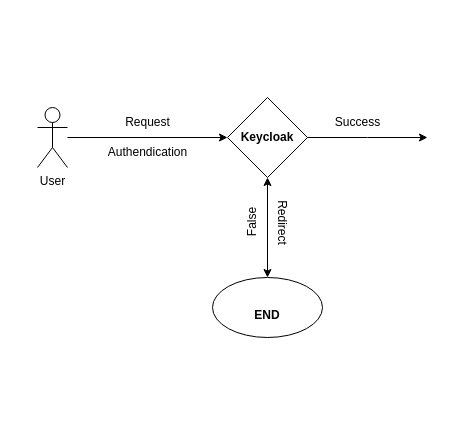
This is page "Page-2" (2 of 2) of Untitled Diagram.drawio from nmtuong/DrawIO, a draw.io file, before an edit. Source tidied: cells renumbered, new cells numbered last; positions are measured from the earlier drawing's top-left corner, leaving out a move shared by most shapes. Both pictures are drawn from the tidied source at 100%, with x=0, y=0 at pixel (37, 97).
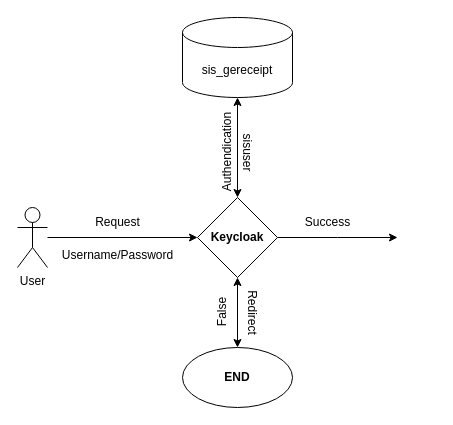
The same page after the edit.

Change to the diagram source:
```diff
@@
 <mxGraphModel>
   <root>
     <mxCell id="0" />
     <mxCell id="1" parent="0" />
     <mxCell id="2" value="User" style="shape=umlActor;verticalLabelPosition=bottom;verticalAlign=top;html=1;outlineConnect=0;" parent="1" vertex="1">
-      <mxGeometry y="10" width="30" height="60" as="geometry" />
+      <mxGeometry x="-20" y="110" width="30" height="60" as="geometry" />
     </mxCell>
     <mxCell id="3" style="edgeStyle=orthogonalEdgeStyle;rounded=0;jettySize=auto;html=1;" parent="1" edge="1" source="4">
       <mxGeometry relative="1" as="geometry">
-        <mxPoint x="390" y="40" as="targetPoint" />
+        <mxPoint x="360" y="140" as="targetPoint" />
       </mxGeometry>
     </mxCell>
     <mxCell id="4" value="Keycloak" style="rhombus;whiteSpace=wrap;html=1;fontStyle=1;" parent="1" vertex="1">
-      <mxGeometry x="190" width="80" height="80" as="geometry" />
+      <mxGeometry x="160" y="100" width="80" height="80" as="geometry" />
     </mxCell>
     <mxCell id="5" style="endArrow=classic;html=1;rounded=0;entryX=0;entryY=0.5;entryDx=0;entryDy=0;" parent="1" edge="1" source="2" target="4">
       <mxGeometry relative="1" as="geometry" />
     </mxCell>
-    <mxCell id="6" value="Request" style="text;html=1;align=center;verticalAlign=middle;strokeColor=none;fillColor=none;" parent="1" vertex="1">
-      <mxGeometry x="75" y="10" width="70" height="30" as="geometry" />
+    <mxCell id="6" value="&lt;br&gt;Username/Password" style="text;html=1;align=center;verticalAlign=middle;strokeColor=none;fillColor=none;" parent="1" vertex="1">
+      <mxGeometry x="15" y="130" width="130" height="40" as="geometry" />
     </mxCell>
-    <mxCell id="7" value="Authendication" style="text;html=1;align=center;verticalAlign=middle;strokeColor=none;fillColor=none;" parent="1" vertex="1">
-      <mxGeometry x="60" y="40" width="100" height="30" as="geometry" />
+    <mxCell id="7" value="Request" style="text;html=1;align=center;verticalAlign=middle;strokeColor=none;fillColor=none;" parent="1" vertex="1">
+      <mxGeometry x="45" y="110" width="70" height="30" as="geometry" />
     </mxCell>
     <mxCell id="8" value="Success" style="text;html=1;align=center;verticalAlign=middle;strokeColor=none;fillColor=none;" parent="1" vertex="1">
-      <mxGeometry x="285" y="10" width="70" height="30" as="geometry" />
+      <mxGeometry x="255" y="110" width="70" height="30" as="geometry" />
     </mxCell>
-    <mxCell id="9" value="&lt;br&gt;END" style="ellipse;whiteSpace=wrap;html=1;fontStyle=1;" parent="1" vertex="1">
-      <mxGeometry x="175" y="180" width="110" height="60" as="geometry" />
+    <mxCell id="9" value="&lt;br&gt;END" style="ellipse;whiteSpace=wrap;html=1;fontStyle=1;spacingBottom=17;" parent="1" vertex="1">
+      <mxGeometry x="145" y="250" width="110" height="60" as="geometry" />
     </mxCell>
     <mxCell id="10" style="endArrow=classic;startArrow=classic;html=1;rounded=0;exitX=0.5;exitY=0;exitDx=0;exitDy=0;" parent="1" edge="1" source="9">
       <mxGeometry relative="1" as="geometry">
-        <mxPoint x="230" y="80" as="targetPoint" />
+        <mxPoint x="200" y="180" as="targetPoint" />
       </mxGeometry>
     </mxCell>
     <mxCell id="11" value="False" style="text;html=1;align=center;verticalAlign=middle;strokeColor=none;fillColor=none;rotation=270;" parent="1" vertex="1">
-      <mxGeometry x="190" y="110" width="50" height="30" as="geometry" />
+      <mxGeometry x="160" y="200" width="50" height="30" as="geometry" />
     </mxCell>
     <mxCell id="12" value="Redirect" style="text;html=1;align=center;verticalAlign=middle;strokeColor=none;fillColor=none;rotation=90;" parent="1" vertex="1">
-      <mxGeometry x="210" y="110" width="70" height="30" as="geometry" />
+      <mxGeometry x="180" y="200" width="70" height="30" as="geometry" />
     </mxCell>
+    <mxCell id="13" value="sis_gereceipt" style="shape=cylinder3;whiteSpace=wrap;html=1;boundedLbl=1;backgroundOutline=1;size=15;" parent="1" vertex="1">
+      <mxGeometry x="145" y="-80" width="110" height="80" as="geometry" />
+    </mxCell>
+    <mxCell id="14" value="Authendication" style="text;html=1;align=center;verticalAlign=middle;strokeColor=none;fillColor=none;rotation=270;" parent="1" vertex="1">
+      <mxGeometry x="140" y="40" width="100" height="30" as="geometry" />
+    </mxCell>
+    <mxCell id="15" value="sisuser" style="text;html=1;align=center;verticalAlign=middle;strokeColor=none;fillColor=none;rotation=90;" parent="1" vertex="1">
+      <mxGeometry x="180" y="40" width="60" height="30" as="geometry" />
+    </mxCell>
+    <mxCell id="16" style="endArrow=classic;startArrow=classic;html=1;rounded=0;exitX=0.5;exitY=0;exitDx=0;exitDy=0;" parent="1" edge="1" source="4">
+      <mxGeometry relative="1" as="geometry">
+        <mxPoint x="200" as="targetPoint" />
+      </mxGeometry>
+    </mxCell>
   </root>
 </mxGraphModel>
```
